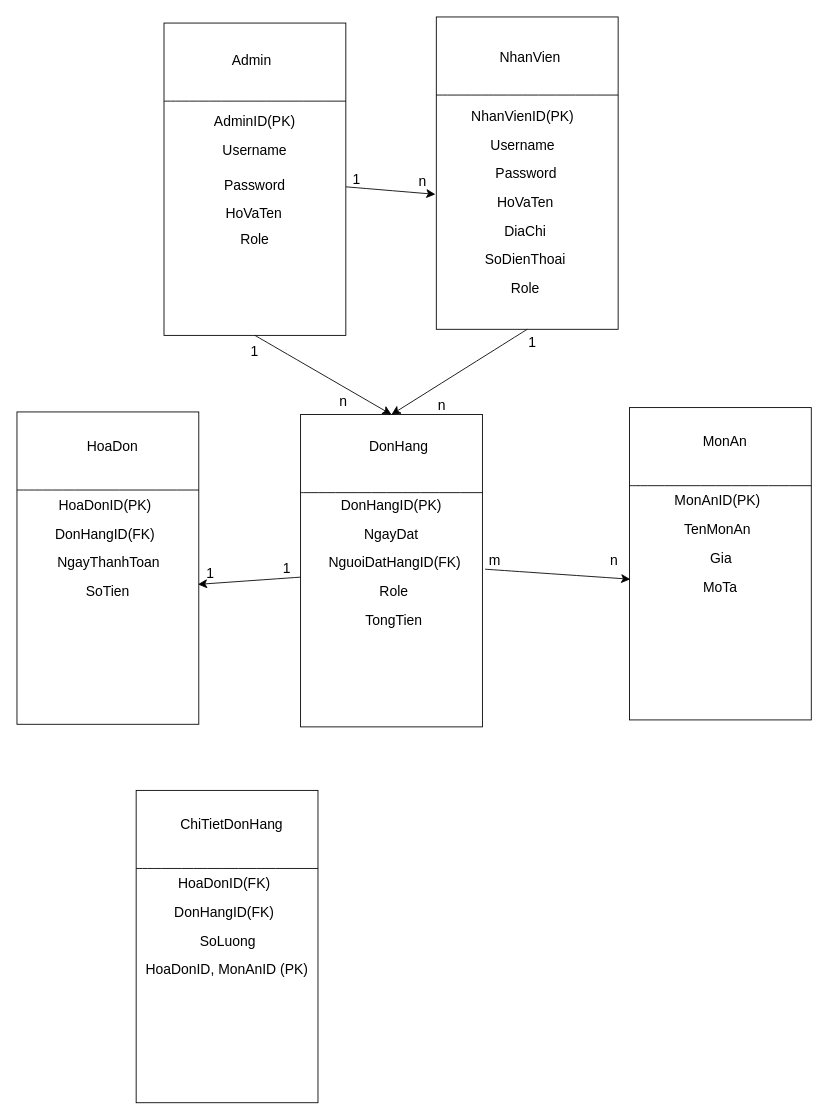
Earlier version of the draw.io diagram src/DuAn2CSDL.drawio (PhamThom129D/DeThiMau). Source tidied: cells renumbered, new cells numbered last; positions are measured from the earlier drawing's top-left corner, leaving out a move shared by most shapes. Both pictures are drawn from the tidied source at 87%, with x=0, y=0 at pixel (15, 17).
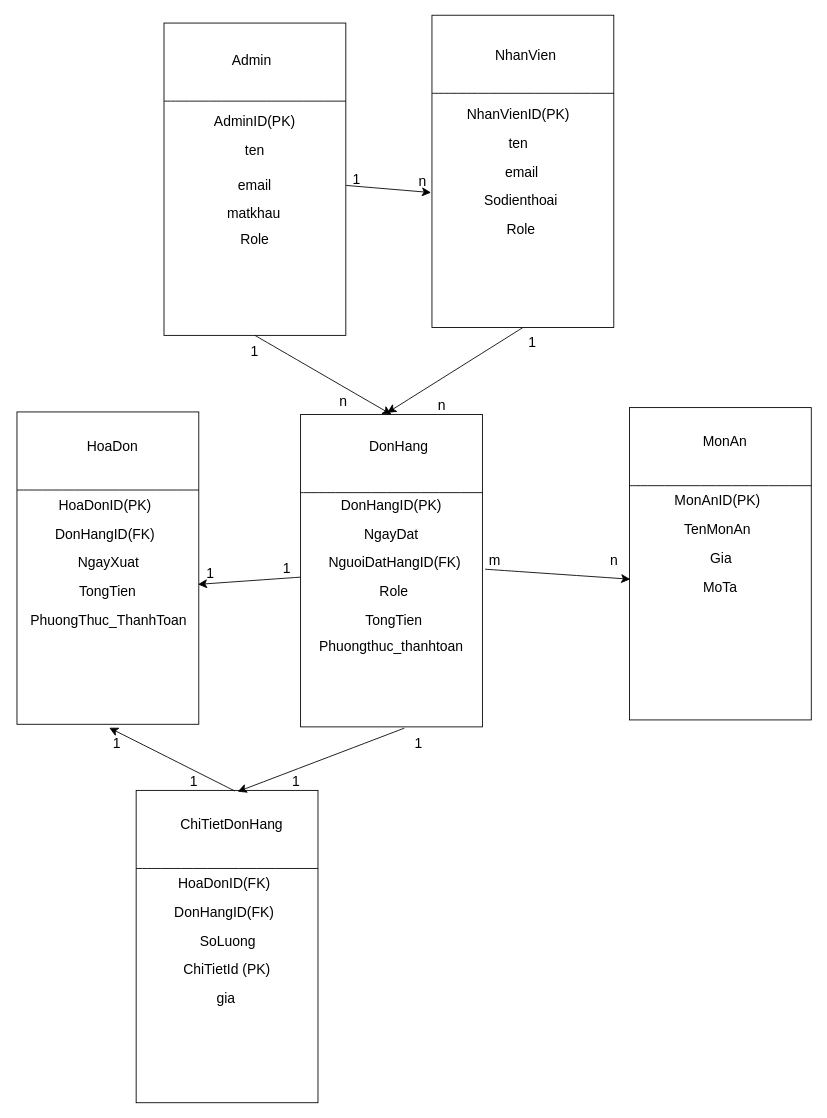
The same page after the edit.

Commit message (it also covers changes not shown here):
Cập nhật DuAn2CSDL.drawio

The change refers to these unchanged cells:
```xml
<mxCell id="5" style="group;" parent="1" vertex="1">
  <mxGeometry x="328" y="457" width="212" height="359" as="geometry" />
</mxCell>
<mxCell id="6" style="rounded=0;whiteSpace=wrap;html=1;" parent="5" vertex="1">
  <mxGeometry width="209" height="359" as="geometry" />
</mxCell>
<mxCell id="14" style="group;" parent="1" vertex="1">
  <mxGeometry y="454" width="211" height="359" as="geometry" />
</mxCell>
<mxCell id="31" style="rounded=0;whiteSpace=wrap;html=1;" parent="30" vertex="1">
  <mxGeometry x="4" width="209" height="359" as="geometry" />
</mxCell>
<mxCell id="41" style="group;" parent="1" vertex="1">
  <mxGeometry x="171" y="7" width="209" height="359" as="geometry" />
</mxCell>
<mxCell id="42" style="rounded=0;whiteSpace=wrap;html=1;" parent="41" vertex="1">
  <mxGeometry width="209" height="359" as="geometry" />
</mxCell>
<mxCell id="62" style="group;" parent="1" vertex="1">
  <mxGeometry x="137" y="889" width="211" height="359" as="geometry" />
</mxCell>
<mxCell id="63" style="rounded=0;whiteSpace=wrap;html=1;" parent="62" vertex="1">
  <mxGeometry x="2" width="209" height="359" as="geometry" />
</mxCell>
```

What changed in the source:
```diff
@@
-    <mxCell id="2" style="edgeStyle=none;curved=1;rounded=0;jettySize=auto;html=1;fontSize=12;startSize=8;endSize=8;" parent="1" edge="1" source="42" target="37">
-      <mxGeometry relative="1" as="geometry" />
+    <mxCell id="2" style="edgeStyle=none;curved=1;rounded=0;jettySize=auto;html=1;fontSize=12;startSize=8;endSize=8;" parent="1" edge="1" target="37">
+      <mxGeometry relative="1" as="geometry">
+        <mxPoint x="375" y="193.2" as="sourcePoint" />
+      </mxGeometry>
     </mxCell>
@@
+    <mxCell id="70" value="Phuongthuc_thanhtoan" style="text;html=1;align=center;verticalAlign=middle;whiteSpace=wrap;rounded=0;fontSize=16;" parent="5" vertex="1">
+      <mxGeometry x="1" y="249" width="207" height="33" as="geometry" />
+    </mxCell>
@@
-    <mxCell id="20" value="NgayThanhToan" style="text;html=1;align=center;verticalAlign=middle;whiteSpace=wrap;rounded=0;fontSize=16;" parent="14" vertex="1">
+    <mxCell id="20" value="NgayXuat" style="text;html=1;align=center;verticalAlign=middle;whiteSpace=wrap;rounded=0;fontSize=16;" parent="14" vertex="1">
       <mxGeometry x="4" y="156" width="207" height="33" as="geometry" />
     </mxCell>
-    <mxCell id="21" value="SoTien" style="text;html=1;align=center;verticalAlign=middle;whiteSpace=wrap;rounded=0;fontSize=16;" parent="14" vertex="1">
+    <mxCell id="21" value="TongTien" style="text;html=1;align=center;verticalAlign=middle;whiteSpace=wrap;rounded=0;fontSize=16;" parent="14" vertex="1">
       <mxGeometry x="3" y="189" width="207" height="33" as="geometry" />
     </mxCell>
+    <mxCell id="71" value="PhuongThuc_ThanhToan" style="text;html=1;align=center;verticalAlign=middle;whiteSpace=wrap;rounded=0;fontSize=16;" parent="14" vertex="1">
+      <mxGeometry x="4" y="222" width="207" height="33" as="geometry" />
+    </mxCell>
@@
     <mxCell id="30" style="group;" parent="1" vertex="1">
-      <mxGeometry x="480" width="213" height="359" as="geometry" />
+      <mxGeometry x="475" y="-2" width="213" height="359" as="geometry" />
     </mxCell>
@@
-    <mxCell id="35" value="Username" style="text;html=1;align=center;verticalAlign=middle;whiteSpace=wrap;rounded=0;fontSize=16;" parent="30" vertex="1">
+    <mxCell id="35" value="ten" style="text;html=1;align=center;verticalAlign=middle;whiteSpace=wrap;rounded=0;fontSize=16;" parent="30" vertex="1">
       <mxGeometry y="130" width="207" height="33" as="geometry" />
     </mxCell>
-    <mxCell id="36" value="Password" style="text;html=1;align=center;verticalAlign=middle;whiteSpace=wrap;rounded=0;fontSize=16;" parent="30" vertex="1">
+    <mxCell id="36" value="email" style="text;html=1;align=center;verticalAlign=middle;whiteSpace=wrap;rounded=0;fontSize=16;" parent="30" vertex="1">
       <mxGeometry x="4" y="163" width="207" height="33" as="geometry" />
     </mxCell>
-    <mxCell id="37" value="HoVaTen" style="text;html=1;align=center;verticalAlign=middle;whiteSpace=wrap;rounded=0;fontSize=16;" parent="30" vertex="1">
+    <mxCell id="37" value="Sodienthoai" style="text;html=1;align=center;verticalAlign=middle;whiteSpace=wrap;rounded=0;fontSize=16;" parent="30" vertex="1">
       <mxGeometry x="3" y="196" width="207" height="33" as="geometry" />
     </mxCell>
-    <mxCell id="38" value="DiaChi" style="text;html=1;align=center;verticalAlign=middle;whiteSpace=wrap;rounded=0;fontSize=16;" parent="30" vertex="1">
-      <mxGeometry x="3" y="229" width="207" height="33" as="geometry" />
-    </mxCell>
-    <mxCell id="39" value="SoDienThoai" style="text;html=1;align=center;verticalAlign=middle;whiteSpace=wrap;rounded=0;fontSize=16;" parent="30" vertex="1">
-      <mxGeometry x="3" y="262" width="207" height="33" as="geometry" />
-    </mxCell>
     <mxCell id="40" value="Role" style="text;html=1;align=center;verticalAlign=middle;whiteSpace=wrap;rounded=0;fontSize=16;" parent="30" vertex="1">
-      <mxGeometry x="3" y="295" width="207" height="33" as="geometry" />
+      <mxGeometry x="3" y="229" width="207" height="33" as="geometry" />
     </mxCell>
@@
-    <mxCell id="46" value="Username" style="text;html=1;align=center;verticalAlign=middle;whiteSpace=wrap;rounded=0;fontSize=16;" parent="41" vertex="1">
+    <mxCell id="46" value="ten" style="text;html=1;align=center;verticalAlign=middle;whiteSpace=wrap;rounded=0;fontSize=16;" parent="41" vertex="1">
       <mxGeometry x="1" y="129" width="207" height="33" as="geometry" />
     </mxCell>
-    <mxCell id="47" value="Password" style="text;html=1;align=center;verticalAlign=middle;whiteSpace=wrap;rounded=0;fontSize=16;" parent="41" vertex="1">
+    <mxCell id="47" value="email" style="text;html=1;align=center;verticalAlign=middle;whiteSpace=wrap;rounded=0;fontSize=16;" parent="41" vertex="1">
       <mxGeometry x="1" y="169" width="207" height="33" as="geometry" />
     </mxCell>
-    <mxCell id="48" value="HoVaTen" style="text;html=1;align=center;verticalAlign=middle;whiteSpace=wrap;rounded=0;fontSize=16;" parent="41" vertex="1">
+    <mxCell id="48" value="matkhau" style="text;html=1;align=center;verticalAlign=middle;whiteSpace=wrap;rounded=0;fontSize=16;" parent="41" vertex="1">
       <mxGeometry y="202" width="207" height="33" as="geometry" />
     </mxCell>
@@
-    <mxCell id="50" style="endArrow=classic;html=1;rounded=0;fontSize=12;startSize=8;endSize=8;curved=1;exitX=0.5;exitY=1;exitDx=0;exitDy=0;entryX=0.5;entryY=0;entryDx=0;entryDy=0;" parent="1" edge="1" source="31" target="6">
-      <mxGeometry relative="1" as="geometry" />
+    <mxCell id="50" style="endArrow=classic;html=1;rounded=0;fontSize=12;startSize=8;endSize=8;curved=1;exitX=0.5;exitY=1;exitDx=0;exitDy=0;entryX=0.5;entryY=0;entryDx=0;entryDy=0;" parent="1" edge="1" source="31">
+      <mxGeometry relative="1" as="geometry">
+        <mxPoint x="427.5" y="455" as="targetPoint" />
+      </mxGeometry>
     </mxCell>
@@
-    <mxCell id="69" value="HoaDonID, MonAnID (PK)" style="text;html=1;align=center;verticalAlign=middle;whiteSpace=wrap;rounded=0;fontSize=16;" parent="62" vertex="1">
+    <mxCell id="69" value="ChiTietId (PK)" style="text;html=1;align=center;verticalAlign=middle;whiteSpace=wrap;rounded=0;fontSize=16;" parent="62" vertex="1">
       <mxGeometry x="3" y="189" width="207" height="33" as="geometry" />
     </mxCell>
+    <mxCell id="72" value="gia" style="text;html=1;align=center;verticalAlign=middle;whiteSpace=wrap;rounded=0;fontSize=16;" parent="62" vertex="1">
+      <mxGeometry x="2" y="222" width="207" height="33" as="geometry" />
+    </mxCell>
+    <mxCell id="73" style="endArrow=classic;html=1;rounded=0;fontSize=12;startSize=8;endSize=8;curved=1;exitX=0.571;exitY=1.004;exitDx=0;exitDy=0;exitPerimeter=0;entryX=0.558;entryY=0.004;entryDx=0;entryDy=0;entryPerimeter=0;" parent="1" edge="1" source="6" target="63">
+      <mxGeometry relative="1" as="geometry" />
+    </mxCell>
+    <mxCell id="74" style="endArrow=classic;html=1;rounded=0;fontSize=12;startSize=8;endSize=8;curved=1;exitX=0.543;exitY=0.002;exitDx=0;exitDy=0;exitPerimeter=0;" parent="1" edge="1" source="63">
+      <mxGeometry relative="1" as="geometry">
+        <mxPoint x="108" y="817" as="targetPoint" />
+      </mxGeometry>
+    </mxCell>
+    <mxCell id="75" value="1" style="text;html=1;align=center;verticalAlign=middle;whiteSpace=wrap;rounded=0;fontSize=16;" parent="1" vertex="1">
+      <mxGeometry x="434" y="820" width="60" height="30" as="geometry" />
+    </mxCell>
+    <mxCell id="76" value="1" style="text;html=1;align=center;verticalAlign=middle;whiteSpace=wrap;rounded=0;fontSize=16;" parent="1" vertex="1">
+      <mxGeometry x="301" y="868" width="44" height="21" as="geometry" />
+    </mxCell>
+    <mxCell id="77" value="1" style="text;html=1;align=center;verticalAlign=middle;whiteSpace=wrap;rounded=0;fontSize=16;" parent="1" vertex="1">
+      <mxGeometry x="181" y="866" width="49" height="23" as="geometry" />
+    </mxCell>
+    <mxCell id="78" value="1" style="text;html=1;align=center;verticalAlign=middle;whiteSpace=wrap;rounded=0;fontSize=16;" parent="1" vertex="1">
+      <mxGeometry x="97" y="828" width="40" height="14" as="geometry" />
+    </mxCell>
```
